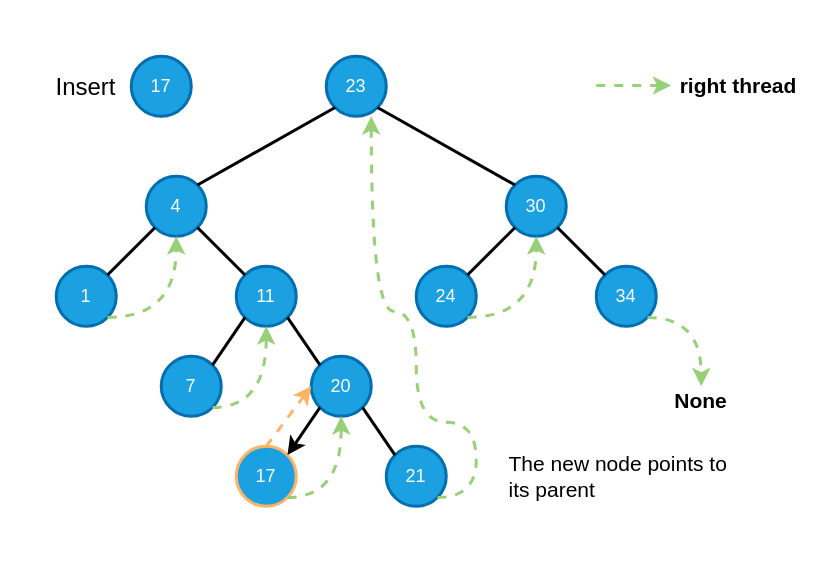
Earlier version of the draw.io diagram page "12" (12 of 14) of diagrams/right_tbst_insert.drawio (shunsvineyard/pyforest). Source tidied: cells renumbered, new cells numbered last; positions are measured from the earlier drawing's top-left corner, leaving out a move shared by most shapes. Both pictures are drawn from the tidied source at 150%, with x=0, y=0 at pixel (26, 26).
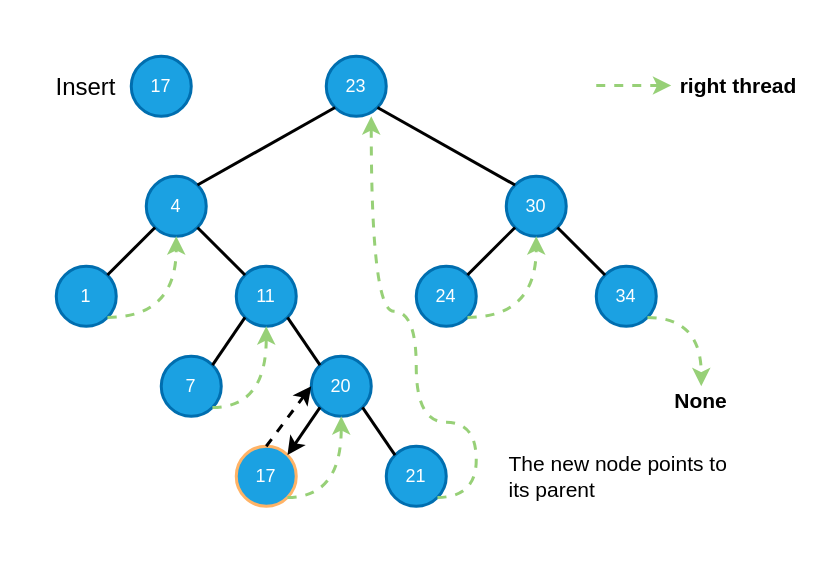
The same page after the edit.

Unchanged cells that the change refers to:
```xml
<mxCell id="11" value="20" style="ellipse;whiteSpace=wrap;html=1;strokeColor=#006EAF;strokeWidth=2;fillColor=#1ba1e2;fontColor=#ffffff;" parent="1" vertex="1">
  <mxGeometry x="190" y="220" width="40" height="40" as="geometry" />
</mxCell>
<mxCell id="32" value="17" style="ellipse;whiteSpace=wrap;html=1;strokeColor=#FFB366;strokeWidth=2;fillColor=#1ba1e2;fontColor=#ffffff;" parent="1" vertex="1">
  <mxGeometry x="140" y="280" width="40" height="40" as="geometry" />
</mxCell>
```

Diff of the diagram source:
```diff
@@
-    <mxCell id="35" style="endArrow=classic;html=1;dashed=1;strokeColor=#FFB366;strokeWidth=2;exitX=0.5;exitY=0;exitDx=0;exitDy=0;entryX=0;entryY=0.5;entryDx=0;entryDy=0;" parent="1" edge="1" source="32" target="11">
+    <mxCell id="35" style="endArrow=classic;html=1;dashed=1;strokeColor=#000000;strokeWidth=2;exitX=0.5;exitY=0;exitDx=0;exitDy=0;entryX=0;entryY=0.5;entryDx=0;entryDy=0;" parent="1" edge="1" source="32" target="11">
       <mxGeometry relative="1" as="geometry" />
     </mxCell>
```
